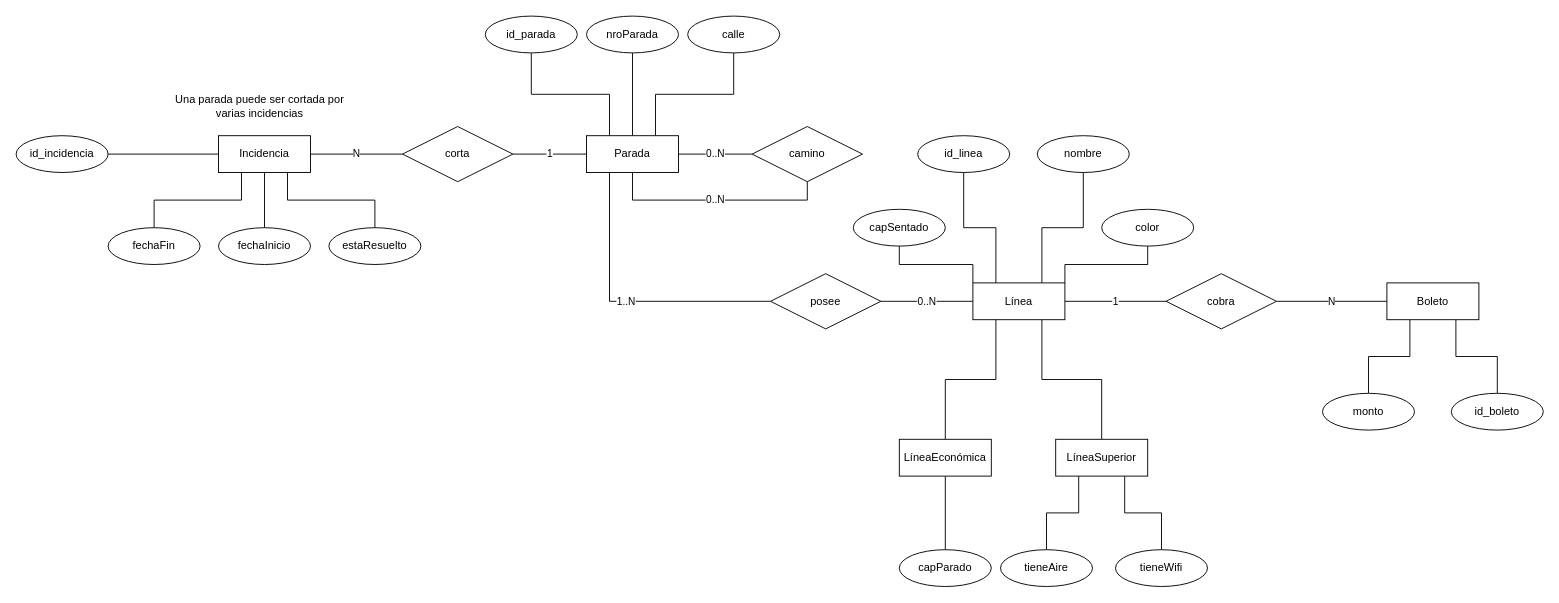
Above: entidad.drawio in Totremont/TP-Java-JGraph (draw.io), before the change. Source tidied: cells renumbered, new cells numbered last; positions are measured from the earlier drawing's top-left corner, leaving out a move shared by most shapes. Both pictures are drawn from the tidied source at 92%, with x=0, y=0 at pixel (16, 16).
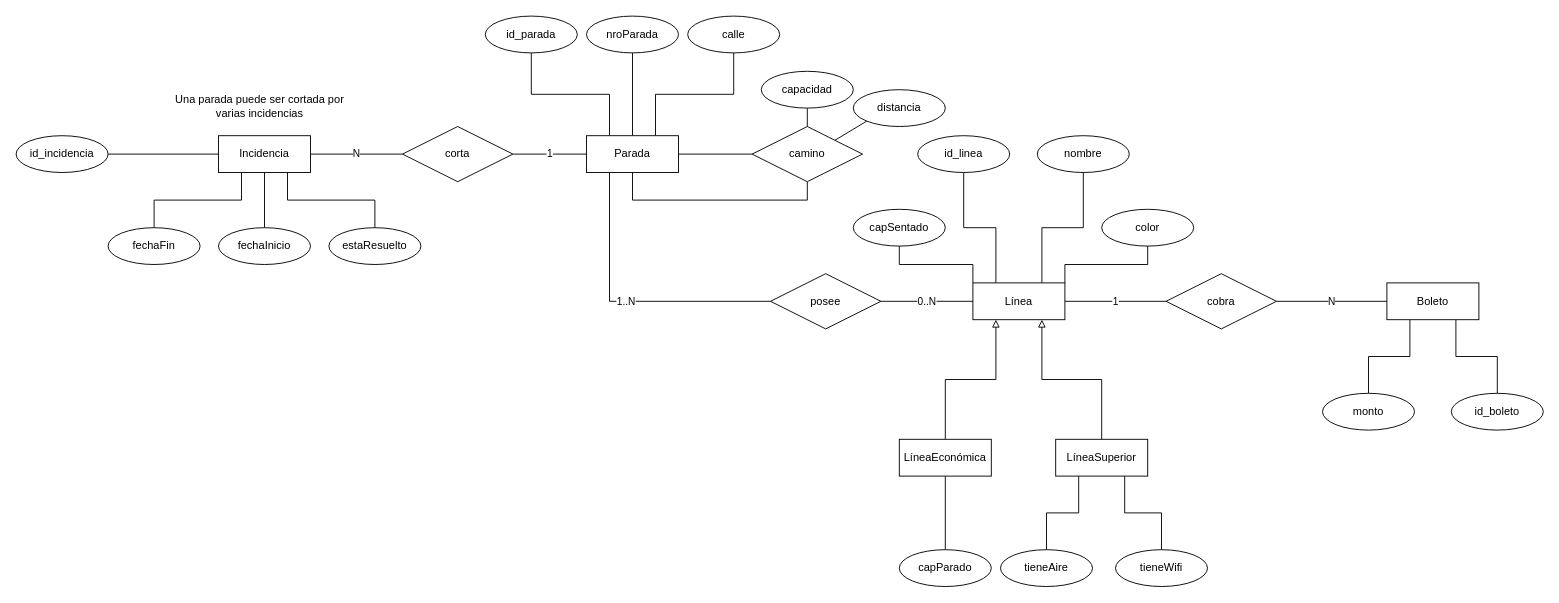
The same page after the edit.

Unchanged cells that the change refers to:
```xml
<mxCell id="8" value="Parada" style="whiteSpace=wrap;html=1;align=center;" parent="1" vertex="1">
  <mxGeometry x="620" y="130" width="100" height="40" as="geometry" />
</mxCell>
<mxCell id="18" value="Línea" style="whiteSpace=wrap;html=1;align=center;" parent="1" vertex="1">
  <mxGeometry x="1040" y="290" width="100" height="40" as="geometry" />
</mxCell>
<mxCell id="23" value="LíneaEconómica" style="whiteSpace=wrap;html=1;align=center;" parent="1" vertex="1">
  <mxGeometry x="960" y="460" width="100" height="40" as="geometry" />
</mxCell>
<mxCell id="26" value="LíneaSuperior" style="whiteSpace=wrap;html=1;align=center;" parent="1" vertex="1">
  <mxGeometry x="1130" y="460" width="100" height="40" as="geometry" />
</mxCell>
<mxCell id="46" value="camino" style="shape=rhombus;perimeter=rhombusPerimeter;whiteSpace=wrap;html=1;align=center;" parent="1" vertex="1">
  <mxGeometry x="800" y="120" width="120" height="60" as="geometry" />
</mxCell>
```

Change to the diagram source:
```diff
@@
-    <mxCell id="4" value="0..N" style="edgeStyle=orthogonalEdgeStyle;rounded=0;jettySize=auto;html=1;endArrow=none;endFill=0;" parent="1" edge="1" source="8" target="46">
-      <mxGeometry relative="1" as="geometry" />
+    <mxCell id="4" style="edgeStyle=orthogonalEdgeStyle;rounded=0;jettySize=auto;html=1;endArrow=none;endFill=0;" parent="1" edge="1" source="8" target="46">
+      <mxGeometry y="10" relative="1" as="geometry" />
     </mxCell>
@@
-    <mxCell id="12" style="edgeStyle=orthogonalEdgeStyle;rounded=0;jettySize=auto;html=1;exitX=0.25;exitY=1;exitDx=0;exitDy=0;entryX=0.5;entryY=0;entryDx=0;entryDy=0;endArrow=none;endFill=0;" parent="1" edge="1" source="18" target="23">
+    <mxCell id="12" style="edgeStyle=orthogonalEdgeStyle;rounded=0;jettySize=auto;html=1;exitX=0.25;exitY=1;exitDx=0;exitDy=0;entryX=0.5;entryY=0;entryDx=0;entryDy=0;endArrow=none;endFill=0;startArrow=block;startFill=0;" parent="1" edge="1" source="18" target="23">
       <mxGeometry relative="1" as="geometry" />
     </mxCell>
-    <mxCell id="13" style="edgeStyle=orthogonalEdgeStyle;rounded=0;jettySize=auto;html=1;exitX=0.75;exitY=1;exitDx=0;exitDy=0;entryX=0.5;entryY=0;entryDx=0;entryDy=0;endArrow=none;endFill=0;" parent="1" edge="1" source="18" target="26">
+    <mxCell id="13" style="edgeStyle=orthogonalEdgeStyle;rounded=0;jettySize=auto;html=1;exitX=0.75;exitY=1;exitDx=0;exitDy=0;entryX=0.5;entryY=0;entryDx=0;entryDy=0;endArrow=none;endFill=0;startArrow=block;startFill=0;" parent="1" edge="1" source="18" target="26">
       <mxGeometry relative="1" as="geometry" />
     </mxCell>
@@
-    <mxCell id="45" value="0..N" style="edgeStyle=orthogonalEdgeStyle;rounded=0;jettySize=auto;html=1;exitX=0.5;exitY=1;exitDx=0;exitDy=0;entryX=0.5;entryY=1;entryDx=0;entryDy=0;endArrow=none;endFill=0;" parent="1" edge="1" source="46" target="8">
-      <mxGeometry relative="1" as="geometry" />
+    <mxCell id="45" style="edgeStyle=orthogonalEdgeStyle;rounded=0;jettySize=auto;html=1;exitX=0.5;exitY=1;exitDx=0;exitDy=0;entryX=0.5;entryY=1;entryDx=0;entryDy=0;endArrow=none;endFill=0;" parent="1" edge="1" source="46" target="8">
+      <mxGeometry y="10" relative="1" as="geometry" />
     </mxCell>
@@
+    <mxCell id="55" value="capacidad" style="ellipse;whiteSpace=wrap;html=1;align=center;" parent="1" vertex="1">
+      <mxGeometry x="810" y="60" width="100" height="40" as="geometry" />
+    </mxCell>
+    <mxCell id="56" value="distancia" style="ellipse;whiteSpace=wrap;html=1;align=center;" parent="1" vertex="1">
+      <mxGeometry x="910" y="80" width="100" height="40" as="geometry" />
+    </mxCell>
+    <mxCell id="57" style="endArrow=none;html=1;rounded=0;exitX=0.5;exitY=1;exitDx=0;exitDy=0;entryX=0.5;entryY=0;entryDx=0;entryDy=0;" parent="1" edge="1" source="55" target="46">
+      <mxGeometry relative="1" as="geometry" />
+    </mxCell>
+    <mxCell id="58" style="endArrow=none;html=1;rounded=0;exitX=0;exitY=1;exitDx=0;exitDy=0;entryX=1;entryY=0;entryDx=0;entryDy=0;" parent="1" edge="1" source="56" target="46">
+      <mxGeometry relative="1" as="geometry" />
+    </mxCell>
```
